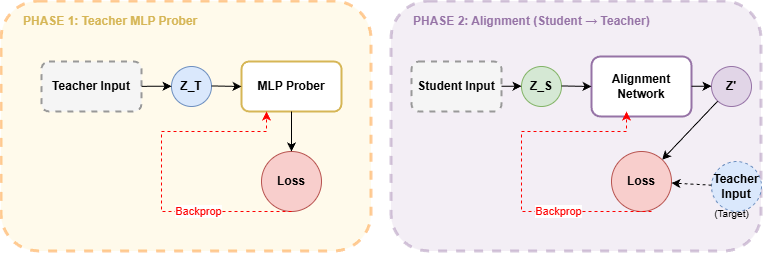
Earlier version of the draw.io export Documentazione/images/modelsss/PipeApp1.png (Fonty02/HallucinationDetection). Source tidied: cells renumbered, new cells last; positions are measured from the earlier drawing's top-left corner, leaving out a move shared by most shapes.
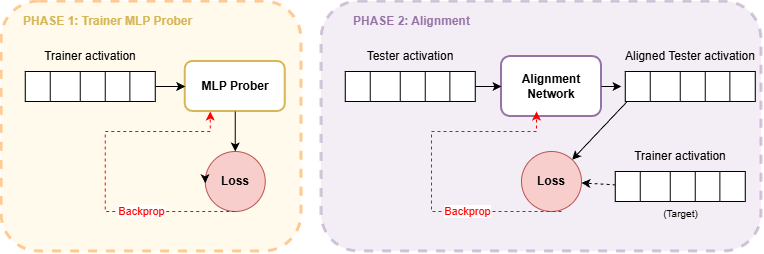
Above is the later version.

The edit, as a diff of the source:
```diff
@@ -3,86 +3,72 @@
     <mxCell id="0" />
     <mxCell id="1" parent="0" />
     <mxCell id="2" style="rounded=1;whiteSpace=wrap;html=1;fillColor=#fff2cc;strokeColor=#FF8000;dashed=1;strokeWidth=3;opacity=40;" parent="1" vertex="1">
-      <mxGeometry width="370" height="250" as="geometry" />
+      <mxGeometry width="300" height="250" as="geometry" />
     </mxCell>
-    <mxCell id="3" value="PHASE 1: Teacher MLP Prober" style="text;html=1;strokeColor=none;fillColor=none;align=left;verticalAlign=middle;whiteSpace=wrap;rounded=0;fontStyle=1;fontSize=12;fontColor=#d6b656;" parent="1" vertex="1">
+    <mxCell id="3" value="PHASE 1: Trainer MLP Prober" style="text;html=1;strokeColor=none;fillColor=none;align=left;verticalAlign=middle;whiteSpace=wrap;rounded=0;fontStyle=1;fontSize=12;fontColor=#d6b656;" parent="1" vertex="1">
       <mxGeometry x="20" y="10" width="300" height="20" as="geometry" />
     </mxCell>
-    <mxCell id="4" value="Teacher Input" style="rounded=1;whiteSpace=wrap;html=1;fillColor=#f5f5f5;strokeColor=#999999;strokeWidth=2;fontStyle=1;dashed=1;" parent="1" vertex="1">
-      <mxGeometry x="40" y="60" width="100" height="50" as="geometry" />
-    </mxCell>
-    <mxCell id="5" value="Z_T" style="ellipse;whiteSpace=wrap;html=1;fillColor=#dae8fc;strokeColor=#6c8ebf;fontStyle=1;" parent="1" vertex="1">
-      <mxGeometry x="170" y="65" width="40" height="40" as="geometry" />
-    </mxCell>
     <mxCell id="6" value="MLP Prober" style="rounded=1;whiteSpace=wrap;html=1;fillColor=#ffffff;strokeColor=#d6b656;strokeWidth=2;fontStyle=1;" parent="1" vertex="1">
-      <mxGeometry x="240" y="60" width="100" height="50" as="geometry" />
+      <mxGeometry x="183.8" y="60" width="100" height="50" as="geometry" />
     </mxCell>
     <mxCell id="7" value="Loss" style="ellipse;whiteSpace=wrap;html=1;fillColor=#f8cecc;strokeColor=#b85450;fontStyle=1;" parent="1" vertex="1">
-      <mxGeometry x="260" y="150" width="60" height="60" as="geometry" />
+      <mxGeometry x="203.8" y="150" width="60" height="60" as="geometry" />
     </mxCell>
-    <mxCell id="8" style="endArrow=classic;html=1;" parent="1" edge="1" source="4" target="5">
-      <mxGeometry relative="1" as="geometry" />
-    </mxCell>
-    <mxCell id="9" style="endArrow=classic;html=1;" parent="1" edge="1" source="5" target="6">
-      <mxGeometry relative="1" as="geometry" />
+    <mxCell id="9" style="endArrow=classic;html=1;" parent="1" edge="1" target="6">
+      <mxGeometry relative="1" as="geometry">
+        <mxPoint x="153.8" y="85" as="sourcePoint" />
+      </mxGeometry>
     </mxCell>
     <mxCell id="10" style="endArrow=classic;html=1;" parent="1" edge="1" source="6" target="7">
       <mxGeometry relative="1" as="geometry" />
     </mxCell>
     <mxCell id="11" style="endArrow=classic;html=1;dashed=1;" parent="1" edge="1" target="7">
       <mxGeometry relative="1" as="geometry">
-        <mxPoint x="260" y="180" as="sourcePoint" />
+        <mxPoint x="203.8" y="180" as="sourcePoint" />
       </mxGeometry>
     </mxCell>
     <mxCell id="12" style="rounded=1;whiteSpace=wrap;html=1;fillColor=#e1d5e7;strokeColor=#9673a6;dashed=1;opacity=40;strokeWidth=3;" parent="1" vertex="1">
-      <mxGeometry x="390" width="370" height="250" as="geometry" />
+      <mxGeometry x="320" width="440" height="250" as="geometry" />
     </mxCell>
-    <mxCell id="13" value="PHASE 2: Alignment (Student → Teacher)" style="text;html=1;strokeColor=none;fillColor=none;align=left;verticalAlign=middle;whiteSpace=wrap;rounded=0;fontStyle=1;fontSize=12;fontColor=#9673a6;" parent="1" vertex="1">
-      <mxGeometry x="410" y="10" width="300" height="20" as="geometry" />
+    <mxCell id="13" value="PHASE 2: Alignment" style="text;html=1;strokeColor=none;fillColor=none;align=left;verticalAlign=middle;whiteSpace=wrap;rounded=0;fontStyle=1;fontSize=12;fontColor=#9673a6;" parent="1" vertex="1">
+      <mxGeometry x="350" y="10" width="300" height="20" as="geometry" />
     </mxCell>
-    <mxCell id="14" value="Student Input" style="rounded=1;whiteSpace=wrap;html=1;fillColor=#f5f5f5;strokeColor=#999999;strokeWidth=2;fontStyle=1;dashed=1;" parent="1" vertex="1">
-      <mxGeometry x="410" y="60" width="90" height="50" as="geometry" />
-    </mxCell>
-    <mxCell id="15" value="Z_S" style="ellipse;whiteSpace=wrap;html=1;fillColor=#d5e8d4;strokeColor=#82b366;fontStyle=1;" parent="1" vertex="1">
-      <mxGeometry x="520" y="65" width="40" height="40" as="geometry" />
-    </mxCell>
     <mxCell id="16" value="Alignment&lt;br&gt;Network" style="rounded=1;whiteSpace=wrap;html=1;fillColor=#ffffff;strokeColor=#9673a6;strokeWidth=2;fontStyle=1;" parent="1" vertex="1">
-      <mxGeometry x="590" y="55" width="100" height="60" as="geometry" />
+      <mxGeometry x="500" y="55" width="100" height="60" as="geometry" />
     </mxCell>
-    <mxCell id="17" value="Z'" style="ellipse;whiteSpace=wrap;html=1;fillColor=#e1d5e7;strokeColor=#9673a6;fontStyle=1;" parent="1" vertex="1">
-      <mxGeometry x="710" y="65" width="40" height="40" as="geometry" />
-    </mxCell>
-    <mxCell id="18" value="Teacher Input" style="ellipse;whiteSpace=wrap;html=1;fillColor=#dae8fc;strokeColor=#6c8ebf;fontStyle=1;dashed=1;" parent="1" vertex="1">
-      <mxGeometry x="710" y="160" width="50" height="50" as="geometry" />
-    </mxCell>
     <mxCell id="19" value="(Target)" style="text;html=1;align=center;fontSize=10;" parent="1" vertex="1">
-      <mxGeometry x="700" y="200" width="60" height="20" as="geometry" />
+      <mxGeometry x="648.8" y="200" width="60" height="20" as="geometry" />
     </mxCell>
     <mxCell id="20" value="Loss" style="ellipse;whiteSpace=wrap;html=1;fillColor=#f8cecc;strokeColor=#b85450;fontStyle=1;" parent="1" vertex="1">
-      <mxGeometry x="610" y="150" width="60" height="60" as="geometry" />
+      <mxGeometry x="520" y="150" width="60" height="60" as="geometry" />
     </mxCell>
-    <mxCell id="21" style="endArrow=classic;html=1;" parent="1" edge="1" source="14" target="15">
-      <mxGeometry relative="1" as="geometry" />
-    </mxCell>
-    <mxCell id="22" style="endArrow=classic;html=1;" parent="1" edge="1" source="15" target="16">
-      <mxGeometry relative="1" as="geometry" />
+    <mxCell id="22" style="endArrow=classic;html=1;" parent="1" edge="1" target="16">
+      <mxGeometry relative="1" as="geometry">
+        <mxPoint x="470" y="85" as="sourcePoint" />
+      </mxGeometry>
     </mxCell>
-    <mxCell id="23" style="endArrow=classic;html=1;" parent="1" edge="1" source="16" target="17">
-      <mxGeometry relative="1" as="geometry" />
+    <mxCell id="23" style="endArrow=classic;html=1;" parent="1" edge="1" source="16">
+      <mxGeometry relative="1" as="geometry">
+        <mxPoint x="620" y="85" as="targetPoint" />
+      </mxGeometry>
     </mxCell>
-    <mxCell id="24" style="endArrow=classic;html=1;" parent="1" edge="1" source="17" target="20">
-      <mxGeometry relative="1" as="geometry" />
+    <mxCell id="24" style="endArrow=classic;html=1;" parent="1" edge="1" target="20">
+      <mxGeometry relative="1" as="geometry">
+        <mxPoint x="626.2" y="99.5" as="sourcePoint" />
+      </mxGeometry>
     </mxCell>
-    <mxCell id="25" style="endArrow=classic;html=1;dashed=1;" parent="1" edge="1" source="18" target="20">
-      <mxGeometry relative="1" as="geometry" />
+    <mxCell id="25" style="endArrow=classic;html=1;dashed=1;" parent="1" edge="1" target="20">
+      <mxGeometry relative="1" as="geometry">
+        <mxPoint x="620" y="183.7" as="sourcePoint" />
+      </mxGeometry>
     </mxCell>
     <mxCell id="26" style="endArrow=classic;html=1;rounded=0;exitX=0.5;exitY=1;exitDx=0;exitDy=0;entryX=0.25;entryY=1;entryDx=0;entryDy=0;dashed=1;strokeColor=#FF0000;" parent="1" edge="1" source="7" target="6">
       <mxGeometry relative="1" as="geometry">
         <Array as="points">
-          <mxPoint x="250" y="210" />
-          <mxPoint x="160" y="210" />
-          <mxPoint x="160" y="130" />
-          <mxPoint x="265" y="130" />
+          <mxPoint x="193.8" y="210" />
+          <mxPoint x="103.8" y="210" />
+          <mxPoint x="103.8" y="130" />
+          <mxPoint x="208.8" y="130" />
         </Array>
       </mxGeometry>
     </mxCell>
@@ -91,19 +77,151 @@
     </mxCell>
     <mxCell id="28" style="endArrow=classic;html=1;rounded=0;exitX=0.5;exitY=1;exitDx=0;exitDy=0;entryX=0.25;entryY=1;entryDx=0;entryDy=0;dashed=1;strokeColor=#FF0000;" parent="1" edge="1">
       <mxGeometry relative="1" as="geometry">
-        <mxPoint x="650" y="210" as="sourcePoint" />
-        <mxPoint x="625" y="110" as="targetPoint" />
+        <mxPoint x="560" y="210" as="sourcePoint" />
+        <mxPoint x="535" y="110" as="targetPoint" />
         <Array as="points">
-          <mxPoint x="610" y="210" />
           <mxPoint x="520" y="210" />
-          <mxPoint x="520" y="170" />
-          <mxPoint x="520" y="130" />
-          <mxPoint x="625" y="130" />
+          <mxPoint x="430" y="210" />
+          <mxPoint x="430" y="170" />
+          <mxPoint x="430" y="130" />
+          <mxPoint x="535" y="130" />
         </Array>
       </mxGeometry>
     </mxCell>
     <mxCell id="29" value="&lt;font style=&quot;color: rgb(255, 0, 0);&quot;&gt;Backprop&lt;/font&gt;" style="edgeLabel;html=1;align=center;verticalAlign=middle;" parent="28" vertex="1">
       <mxGeometry x="-0.44" relative="1" as="geometry" />
     </mxCell>
+    <mxCell id="30" style="group;rotation=90;" parent="1" vertex="1">
+      <mxGeometry x="73.8" y="20" width="30" height="130" as="geometry" />
+    </mxCell>
+    <mxCell id="31" style="rounded=0;whiteSpace=wrap;html=1;rotation=180;" parent="30" vertex="1">
+      <mxGeometry x="-50" y="50" width="130" height="30" as="geometry" />
+    </mxCell>
+    <mxCell id="32" style="endArrow=none;html=1;rounded=0;exitX=0.195;exitY=0.997;exitDx=0;exitDy=0;exitPerimeter=0;entryX=0.195;entryY=0.003;entryDx=0;entryDy=0;entryPerimeter=0;" parent="30" edge="1" source="31" target="31">
+      <mxGeometry relative="1" as="geometry" />
+    </mxCell>
+    <mxCell id="33" style="endArrow=none;html=1;rounded=0;exitX=0.195;exitY=0.997;exitDx=0;exitDy=0;exitPerimeter=0;entryX=0.195;entryY=0.003;entryDx=0;entryDy=0;entryPerimeter=0;" parent="30" edge="1">
+      <mxGeometry relative="1" as="geometry">
+        <mxPoint x="30" y="50" as="sourcePoint" />
+        <mxPoint x="30" y="80" as="targetPoint" />
+      </mxGeometry>
+    </mxCell>
+    <mxCell id="34" style="endArrow=none;html=1;rounded=0;exitX=0.195;exitY=0.997;exitDx=0;exitDy=0;exitPerimeter=0;entryX=0.195;entryY=0.003;entryDx=0;entryDy=0;entryPerimeter=0;" parent="30" edge="1">
+      <mxGeometry relative="1" as="geometry">
+        <mxPoint x="5" y="50" as="sourcePoint" />
+        <mxPoint x="5" y="80" as="targetPoint" />
+      </mxGeometry>
+    </mxCell>
+    <mxCell id="35" style="endArrow=none;html=1;rounded=0;exitX=0.195;exitY=0.997;exitDx=0;exitDy=0;exitPerimeter=0;entryX=0.195;entryY=0.003;entryDx=0;entryDy=0;entryPerimeter=0;" parent="30" edge="1">
+      <mxGeometry relative="1" as="geometry">
+        <mxPoint x="-25" y="50" as="sourcePoint" />
+        <mxPoint x="-25" y="80" as="targetPoint" />
+        <Array as="points">
+          <mxPoint x="-25" y="60" />
+        </Array>
+      </mxGeometry>
+    </mxCell>
+    <mxCell id="36" value="Trainer activation" style="text;html=1;whiteSpace=wrap;strokeColor=none;fillColor=none;align=center;verticalAlign=middle;rounded=0;" parent="1" vertex="1">
+      <mxGeometry x="20" y="40" width="137.5" height="30" as="geometry" />
+    </mxCell>
+    <mxCell id="37" style="group;rotation=90;" parent="1" vertex="1">
+      <mxGeometry x="393.8" y="20" width="30" height="130" as="geometry" />
+    </mxCell>
+    <mxCell id="38" style="rounded=0;whiteSpace=wrap;html=1;rotation=180;" parent="37" vertex="1">
+      <mxGeometry x="-50" y="50" width="130" height="30" as="geometry" />
+    </mxCell>
+    <mxCell id="39" style="endArrow=none;html=1;rounded=0;exitX=0.195;exitY=0.997;exitDx=0;exitDy=0;exitPerimeter=0;entryX=0.195;entryY=0.003;entryDx=0;entryDy=0;entryPerimeter=0;" parent="37" edge="1" source="38" target="38">
+      <mxGeometry relative="1" as="geometry" />
+    </mxCell>
+    <mxCell id="40" style="endArrow=none;html=1;rounded=0;exitX=0.195;exitY=0.997;exitDx=0;exitDy=0;exitPerimeter=0;entryX=0.195;entryY=0.003;entryDx=0;entryDy=0;entryPerimeter=0;" parent="37" edge="1">
+      <mxGeometry relative="1" as="geometry">
+        <mxPoint x="30" y="50" as="sourcePoint" />
+        <mxPoint x="30" y="80" as="targetPoint" />
+      </mxGeometry>
+    </mxCell>
+    <mxCell id="41" style="endArrow=none;html=1;rounded=0;exitX=0.195;exitY=0.997;exitDx=0;exitDy=0;exitPerimeter=0;entryX=0.195;entryY=0.003;entryDx=0;entryDy=0;entryPerimeter=0;" parent="37" edge="1">
+      <mxGeometry relative="1" as="geometry">
+        <mxPoint x="5" y="50" as="sourcePoint" />
+        <mxPoint x="5" y="80" as="targetPoint" />
+      </mxGeometry>
+    </mxCell>
+    <mxCell id="42" style="endArrow=none;html=1;rounded=0;exitX=0.195;exitY=0.997;exitDx=0;exitDy=0;exitPerimeter=0;entryX=0.195;entryY=0.003;entryDx=0;entryDy=0;entryPerimeter=0;" parent="37" edge="1">
+      <mxGeometry relative="1" as="geometry">
+        <mxPoint x="-25" y="50" as="sourcePoint" />
+        <mxPoint x="-25" y="80" as="targetPoint" />
+        <Array as="points">
+          <mxPoint x="-25" y="60" />
+        </Array>
+      </mxGeometry>
+    </mxCell>
+    <mxCell id="43" value="Tester activation" style="text;html=1;whiteSpace=wrap;strokeColor=none;fillColor=none;align=center;verticalAlign=middle;rounded=0;" parent="1" vertex="1">
+      <mxGeometry x="340" y="40" width="137.5" height="30" as="geometry" />
+    </mxCell>
+    <mxCell id="44" style="group;rotation=90;" parent="1" vertex="1">
+      <mxGeometry x="663.8" y="120" width="30" height="130" as="geometry" />
+    </mxCell>
+    <mxCell id="45" style="rounded=0;whiteSpace=wrap;html=1;rotation=180;" parent="44" vertex="1">
+      <mxGeometry x="-50" y="50" width="130" height="30" as="geometry" />
+    </mxCell>
+    <mxCell id="46" style="endArrow=none;html=1;rounded=0;exitX=0.195;exitY=0.997;exitDx=0;exitDy=0;exitPerimeter=0;entryX=0.195;entryY=0.003;entryDx=0;entryDy=0;entryPerimeter=0;" parent="44" edge="1" source="45" target="45">
+      <mxGeometry relative="1" as="geometry" />
+    </mxCell>
+    <mxCell id="47" style="endArrow=none;html=1;rounded=0;exitX=0.195;exitY=0.997;exitDx=0;exitDy=0;exitPerimeter=0;entryX=0.195;entryY=0.003;entryDx=0;entryDy=0;entryPerimeter=0;" parent="44" edge="1">
+      <mxGeometry relative="1" as="geometry">
+        <mxPoint x="30" y="50" as="sourcePoint" />
+        <mxPoint x="30" y="80" as="targetPoint" />
+      </mxGeometry>
+    </mxCell>
+    <mxCell id="48" style="endArrow=none;html=1;rounded=0;exitX=0.195;exitY=0.997;exitDx=0;exitDy=0;exitPerimeter=0;entryX=0.195;entryY=0.003;entryDx=0;entryDy=0;entryPerimeter=0;" parent="44" edge="1">
+      <mxGeometry relative="1" as="geometry">
+        <mxPoint x="5" y="50" as="sourcePoint" />
+        <mxPoint x="5" y="80" as="targetPoint" />
+      </mxGeometry>
+    </mxCell>
+    <mxCell id="49" style="endArrow=none;html=1;rounded=0;exitX=0.195;exitY=0.997;exitDx=0;exitDy=0;exitPerimeter=0;entryX=0.195;entryY=0.003;entryDx=0;entryDy=0;entryPerimeter=0;" parent="44" edge="1">
+      <mxGeometry relative="1" as="geometry">
+        <mxPoint x="-25" y="50" as="sourcePoint" />
+        <mxPoint x="-25" y="80" as="targetPoint" />
+        <Array as="points">
+          <mxPoint x="-25" y="60" />
+        </Array>
+      </mxGeometry>
+    </mxCell>
+    <mxCell id="50" value="Trainer activation" style="text;html=1;whiteSpace=wrap;strokeColor=none;fillColor=none;align=center;verticalAlign=middle;rounded=0;" parent="1" vertex="1">
+      <mxGeometry x="610" y="140" width="137.5" height="30" as="geometry" />
+    </mxCell>
+    <mxCell id="51" style="group;rotation=90;" parent="1" vertex="1">
+      <mxGeometry x="673.8" y="20" width="30" height="130" as="geometry" />
+    </mxCell>
+    <mxCell id="52" style="rounded=0;whiteSpace=wrap;html=1;rotation=180;" parent="51" vertex="1">
+      <mxGeometry x="-50" y="50" width="130" height="30" as="geometry" />
+    </mxCell>
+    <mxCell id="53" style="endArrow=none;html=1;rounded=0;exitX=0.195;exitY=0.997;exitDx=0;exitDy=0;exitPerimeter=0;entryX=0.195;entryY=0.003;entryDx=0;entryDy=0;entryPerimeter=0;" parent="51" edge="1" source="52" target="52">
+      <mxGeometry relative="1" as="geometry" />
+    </mxCell>
+    <mxCell id="54" style="endArrow=none;html=1;rounded=0;exitX=0.195;exitY=0.997;exitDx=0;exitDy=0;exitPerimeter=0;entryX=0.195;entryY=0.003;entryDx=0;entryDy=0;entryPerimeter=0;" parent="51" edge="1">
+      <mxGeometry relative="1" as="geometry">
+        <mxPoint x="30" y="50" as="sourcePoint" />
+        <mxPoint x="30" y="80" as="targetPoint" />
+      </mxGeometry>
+    </mxCell>
+    <mxCell id="55" style="endArrow=none;html=1;rounded=0;exitX=0.195;exitY=0.997;exitDx=0;exitDy=0;exitPerimeter=0;entryX=0.195;entryY=0.003;entryDx=0;entryDy=0;entryPerimeter=0;" parent="51" edge="1">
+      <mxGeometry relative="1" as="geometry">
+        <mxPoint x="5" y="50" as="sourcePoint" />
+        <mxPoint x="5" y="80" as="targetPoint" />
+      </mxGeometry>
+    </mxCell>
+    <mxCell id="56" style="endArrow=none;html=1;rounded=0;exitX=0.195;exitY=0.997;exitDx=0;exitDy=0;exitPerimeter=0;entryX=0.195;entryY=0.003;entryDx=0;entryDy=0;entryPerimeter=0;" parent="51" edge="1">
+      <mxGeometry relative="1" as="geometry">
+        <mxPoint x="-25" y="50" as="sourcePoint" />
+        <mxPoint x="-25" y="80" as="targetPoint" />
+        <Array as="points">
+          <mxPoint x="-25" y="60" />
+        </Array>
+      </mxGeometry>
+    </mxCell>
+    <mxCell id="57" value="Aligned Tester activation" style="text;html=1;whiteSpace=wrap;strokeColor=none;fillColor=none;align=center;verticalAlign=middle;rounded=0;" parent="1" vertex="1">
+      <mxGeometry x="620" y="40" width="137.5" height="30" as="geometry" />
+    </mxCell>
   </root>
 </mxGraphModel>
```
